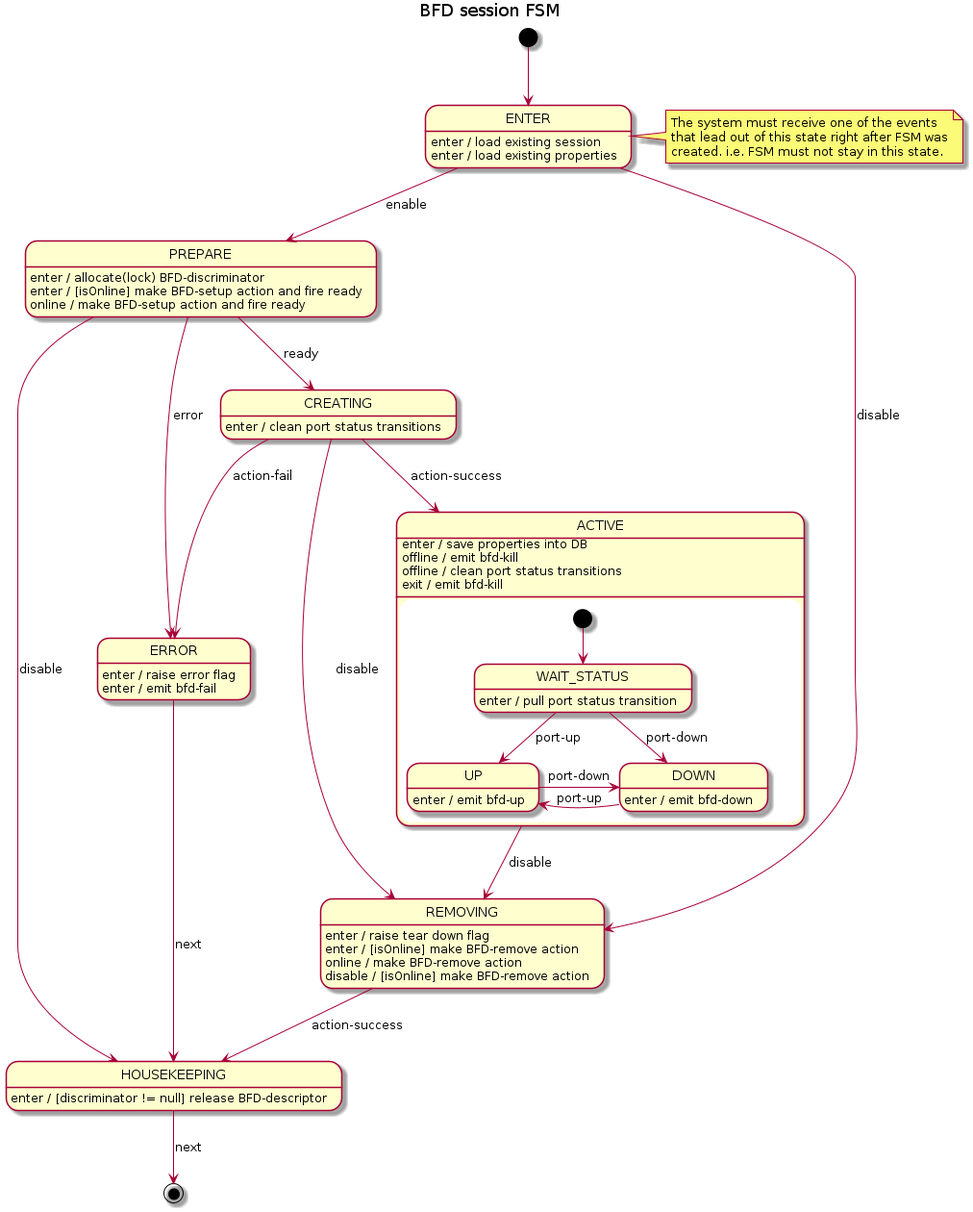
Before: docs/design/network-discovery/bfd-session-FSM.png, a diagram exported from PlantUML (surabujin/open-kilda).
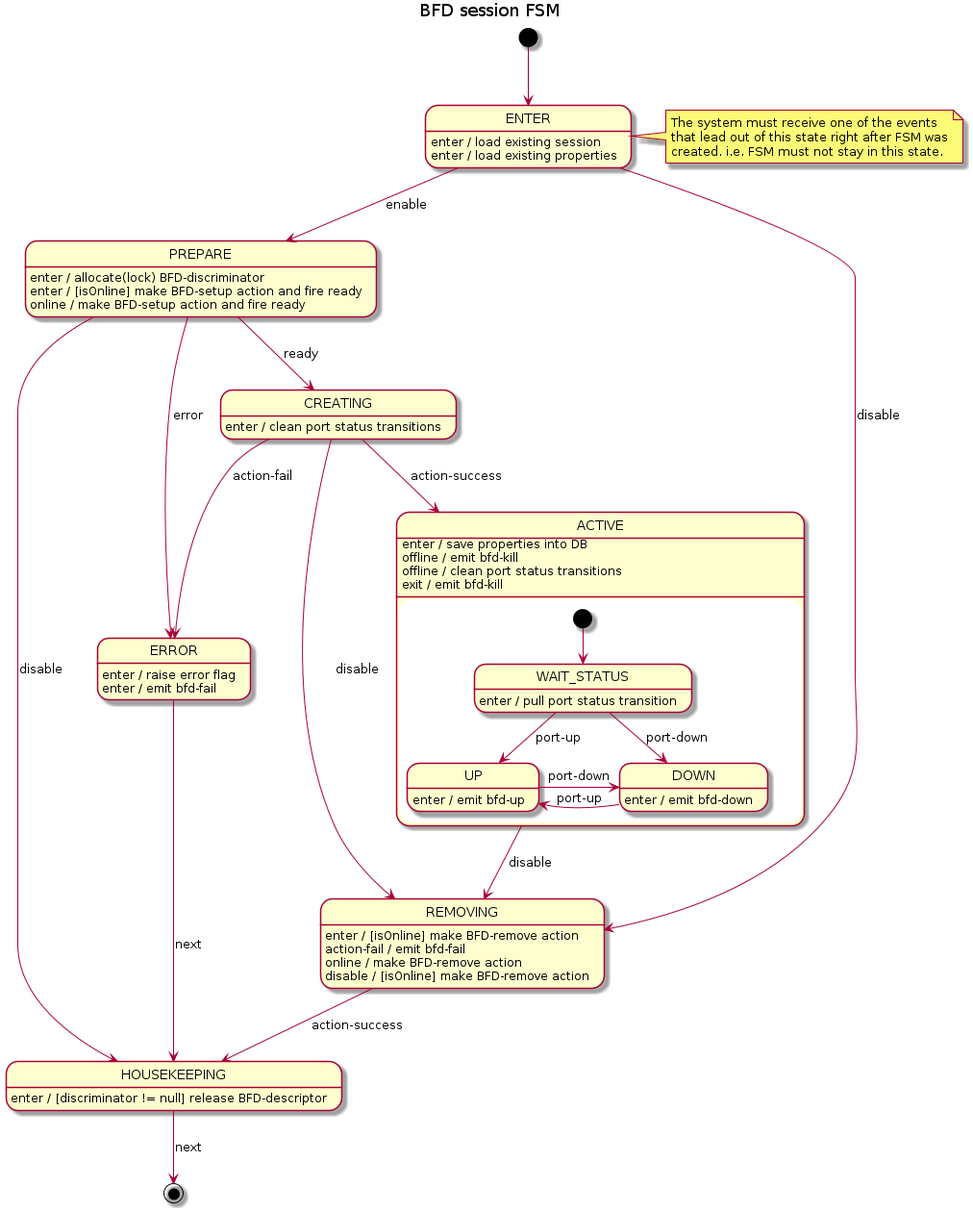
Later version of the same file.

Diff of the diagram source:
```diff
@@ -44,9 +44,9 @@
 ACTIVE : offline / clean port status transitions
 ACTIVE : exit / emit bfd-kill
 
-REMOVING : enter / raise tear down flag
 REMOVING : enter / [isOnline] make BFD-remove action
 REMOVING --> HOUSEKEEPING : action-success
+REMOVING : action-fail / emit bfd-fail
 REMOVING : online / make BFD-remove action
 REMOVING : disable / [isOnline] make BFD-remove action
 
```
